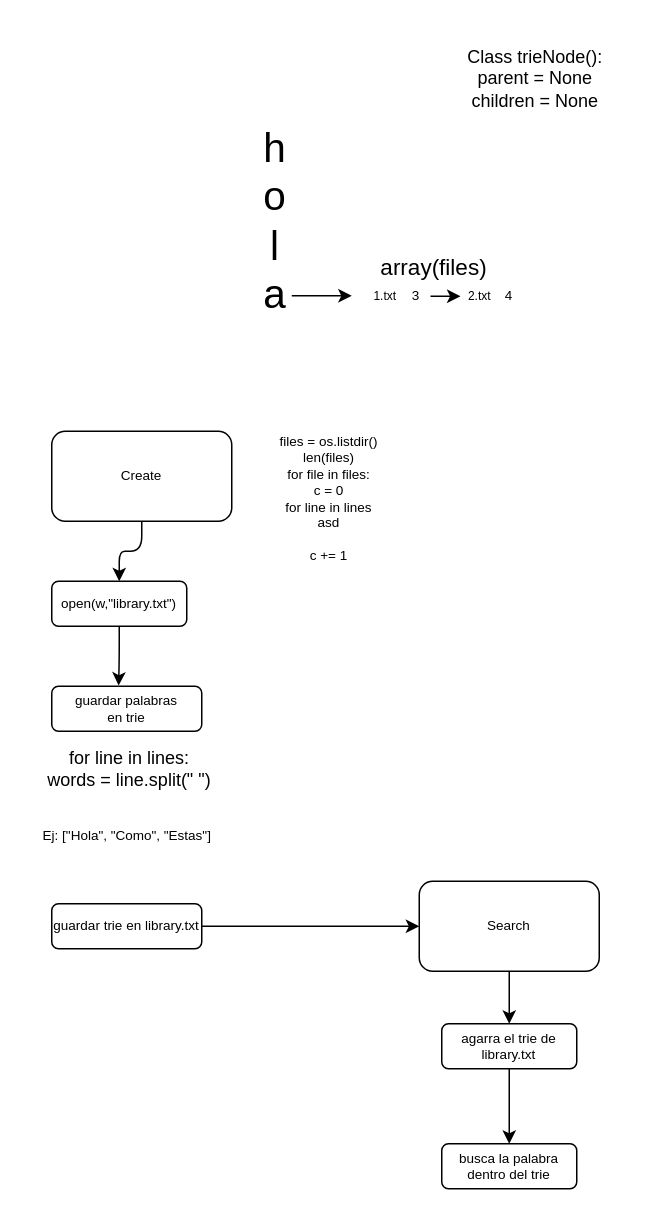
Above: diagram.drawio in LCC-AyED2-2021/proyecto-grupo7 (draw.io), before the change. Source tidied: cells renumbered, new cells numbered last; positions are measured from the earlier drawing's top-left corner, leaving out a move shared by most shapes. Both pictures are drawn from the tidied source at 150%, with x=0, y=0 at pixel (24, 26).
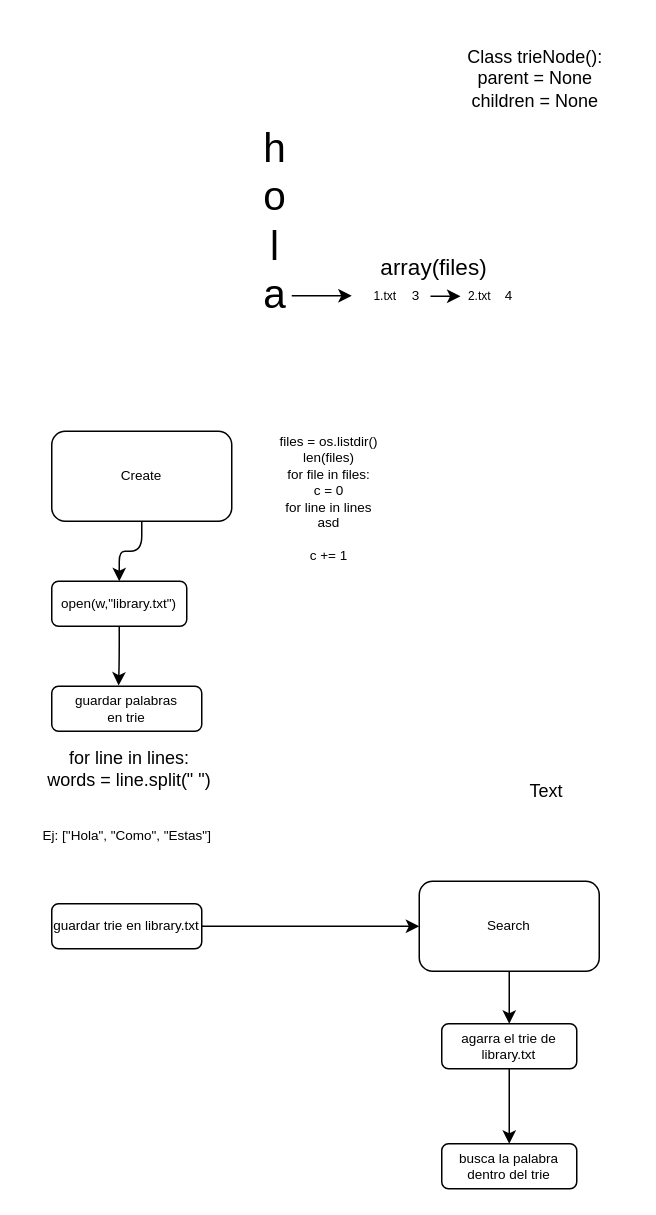
Above is the later version.

Commit message:
cambie el diagrama de dibujo

The edit, as a diff of the source:
```diff
@@
+    <mxCell id="26" value="Text" style="text;html=1;strokeColor=none;fillColor=none;align=center;verticalAlign=middle;whiteSpace=wrap;rounded=0;" parent="1" vertex="1">
+      <mxGeometry x="328" y="500" width="40" height="20" as="geometry" />
+    </mxCell>
```
